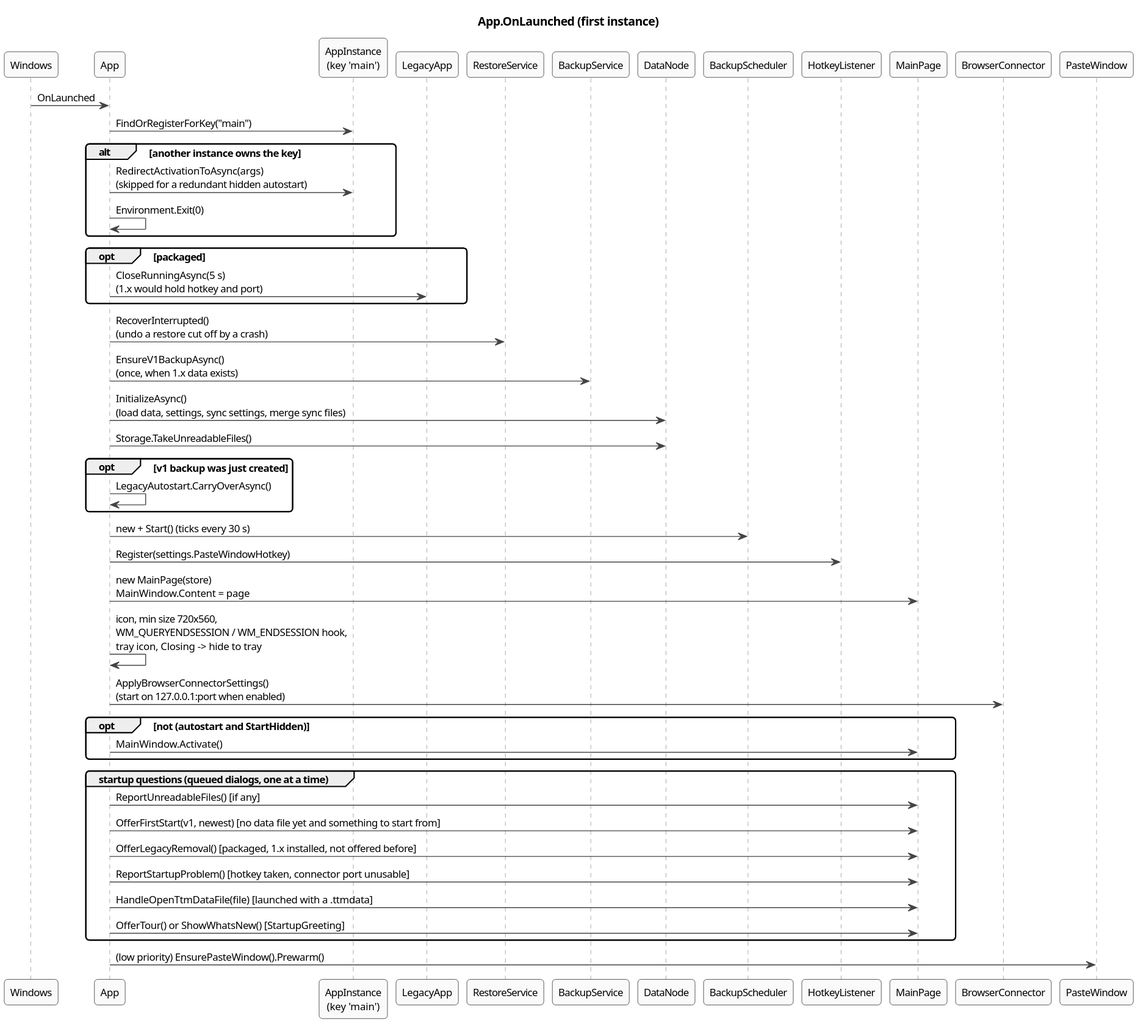
This is docs/architecture/diagrams/seq-app-launch.svg from halatsWol/TextTemplateManager-v2, a PlantUML export, as it was before one commit.
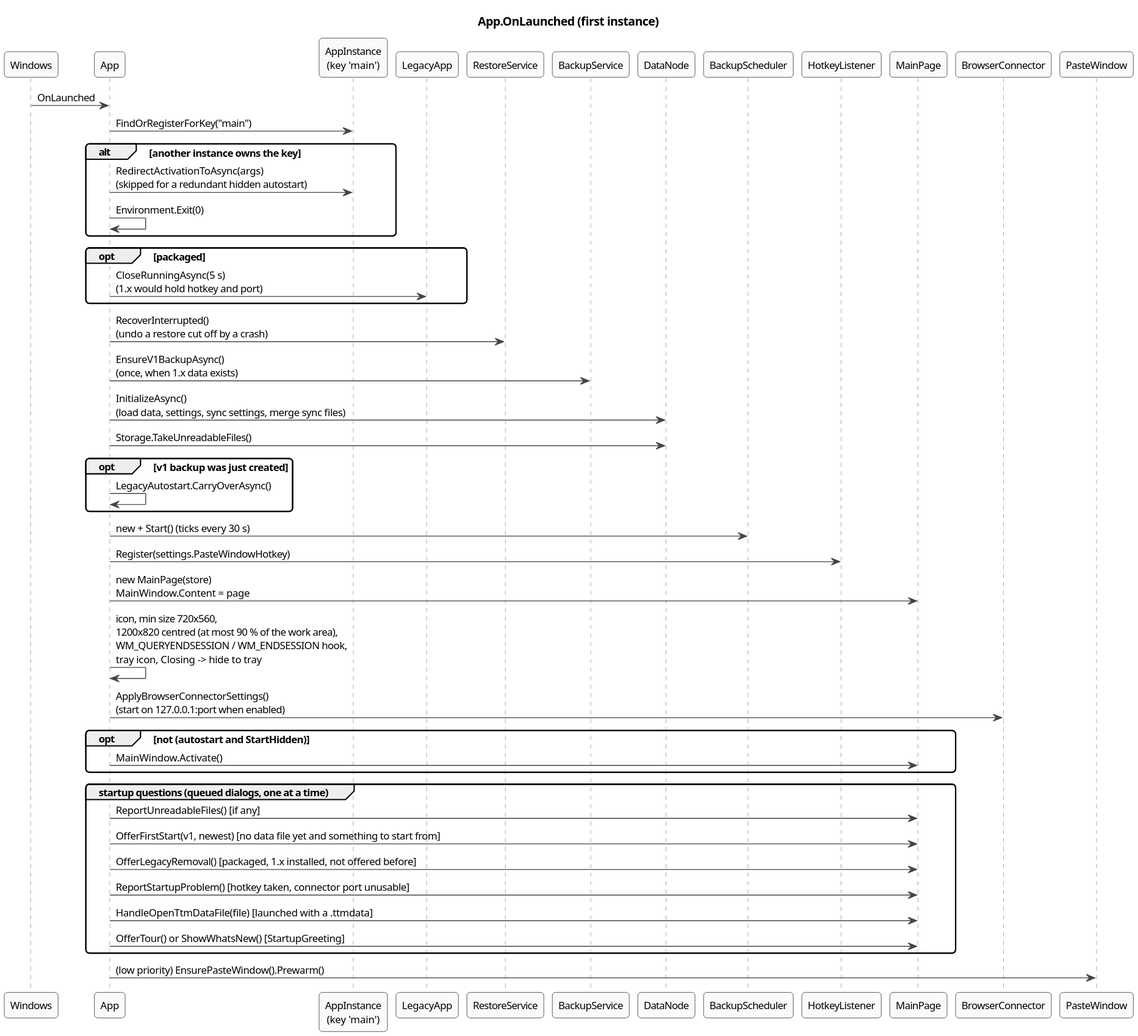
After the change.

Commit message:
main window opens at 1200x820, centred, at most 90 % of the work area

What changed in the source:
```diff
@@ -34,7 +34,7 @@
 App -> BackupScheduler : new + Start() (ticks every 30 s)
 App -> HotkeyListener : Register(settings.PasteWindowHotkey)
 App -> MainPage : new MainPage(store)\nMainWindow.Content = page
-App -> App : icon, min size 720x560,\nWM_QUERYENDSESSION / WM_ENDSESSION hook,\ntray icon, Closing -> hide to tray
+App -> App : icon, min size 720x560,\n1200x820 centred (at most 90 % of the work area),\nWM_QUERYENDSESSION / WM_ENDSESSION hook,\ntray icon, Closing -> hide to tray
 App -> BrowserConnector : ApplyBrowserConnectorSettings()\n(start on 127.0.0.1:port when enabled)
 opt not (autostart and StartHidden)
   App -> MainPage : MainWindow.Activate()
```
